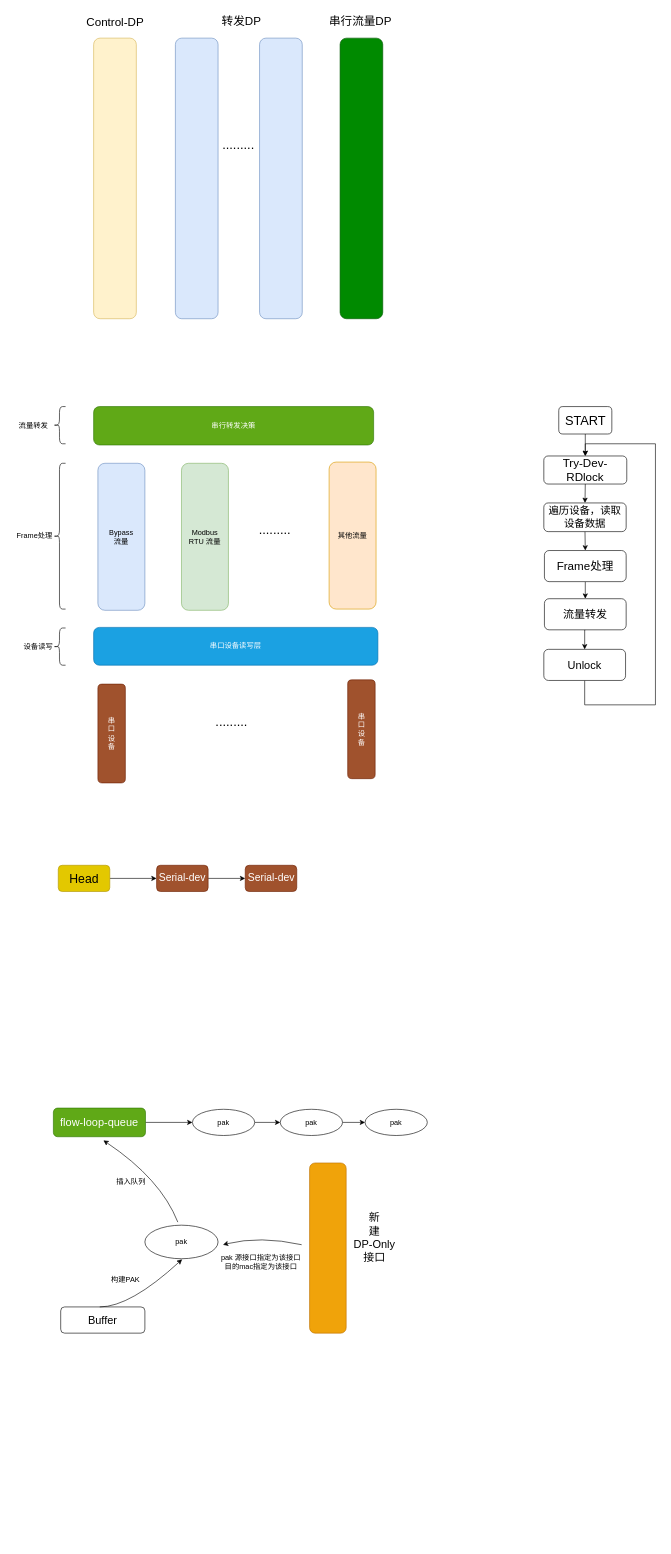
Above: uart/Untitled Diagram.drawio in ktinkone/draw-io-works (draw.io), before the change. Source tidied: cells renumbered, new cells numbered last; positions are measured from the earlier drawing's top-left corner, leaving out a move shared by most shapes. Both pictures are drawn from the tidied source at 61%, with x=0, y=0 at pixel (10, 10).
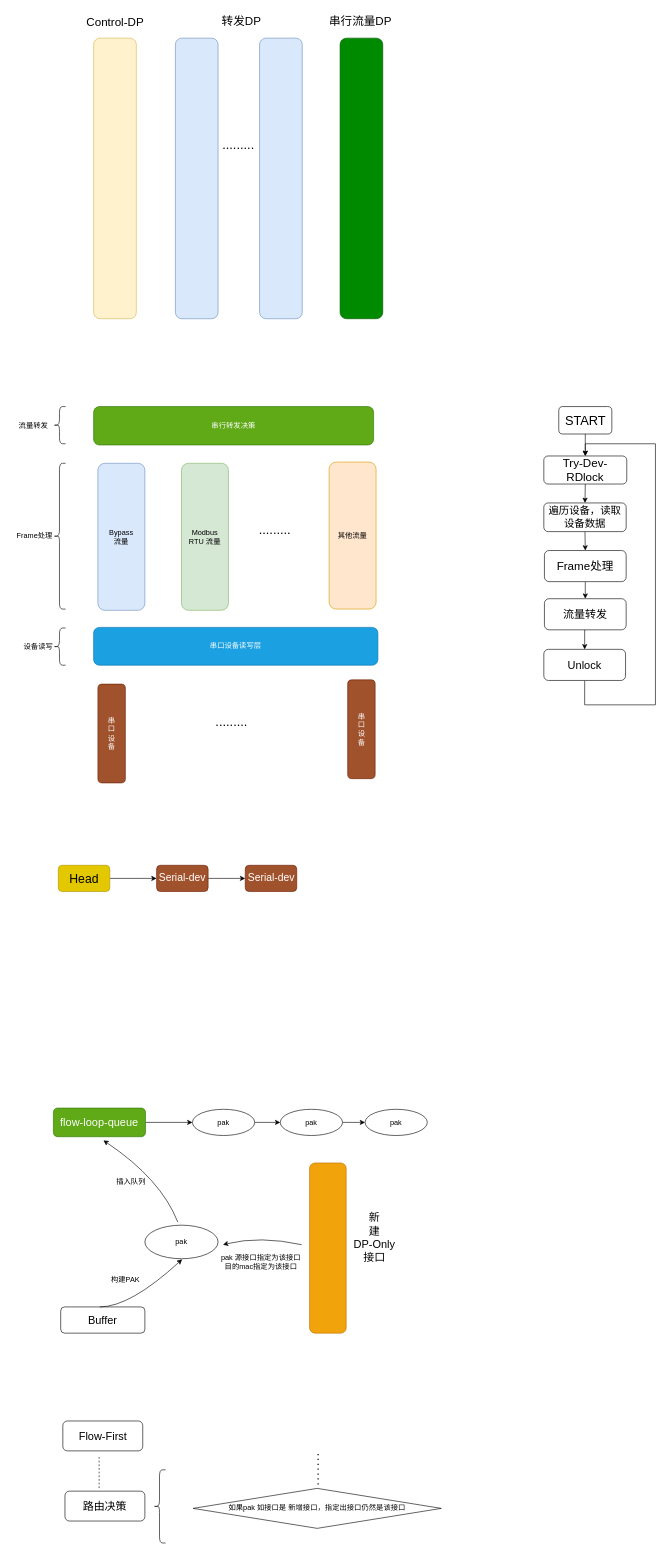
After the change.

Diff of the diagram source:
```diff
@@
+    <mxCell id="59" value="&lt;font style=&quot;font-size: 18px;&quot;&gt;Flow-First&lt;br&gt;&lt;/font&gt;" style="rounded=1;whiteSpace=wrap;html=1;" parent="1" vertex="1">
+      <mxGeometry x="85.5" y="2312" width="131" height="49" as="geometry" />
+    </mxCell>
+    <mxCell id="60" style="endArrow=none;dashed=1;html=1;rounded=0;" parent="1" edge="1">
+      <mxGeometry relative="1" as="geometry">
+        <mxPoint x="145" y="2422" as="sourcePoint" />
+        <mxPoint x="145" y="2369" as="targetPoint" />
+      </mxGeometry>
+    </mxCell>
+    <mxCell id="61" value="&lt;font style=&quot;font-size: 18px;&quot;&gt;路由决策&lt;/font&gt;" style="rounded=1;whiteSpace=wrap;html=1;" parent="1" vertex="1">
+      <mxGeometry x="89" y="2427" width="131" height="49" as="geometry" />
+    </mxCell>
+    <mxCell id="62" value="如果pak 如接口是 新增接口，指定出接口仍然是该接口" style="rhombus;whiteSpace=wrap;html=1;" parent="1" vertex="1">
+      <mxGeometry x="299" y="2422.5" width="407" height="65.5" as="geometry" />
+    </mxCell>
+    <mxCell id="63" style="shape=curlyBracket;whiteSpace=wrap;html=1;rounded=1;labelPosition=left;verticalLabelPosition=middle;align=right;verticalAlign=middle;" parent="1" vertex="1">
+      <mxGeometry x="234" y="2392" width="20" height="120" as="geometry" />
+    </mxCell>
+    <mxCell id="64" style="endArrow=none;dashed=1;html=1;dashPattern=1 3;strokeWidth=2;rounded=0;" parent="1" edge="1">
+      <mxGeometry relative="1" as="geometry">
+        <mxPoint x="504" y="2416" as="sourcePoint" />
+        <mxPoint x="504" y="2361" as="targetPoint" />
+      </mxGeometry>
+    </mxCell>
```
